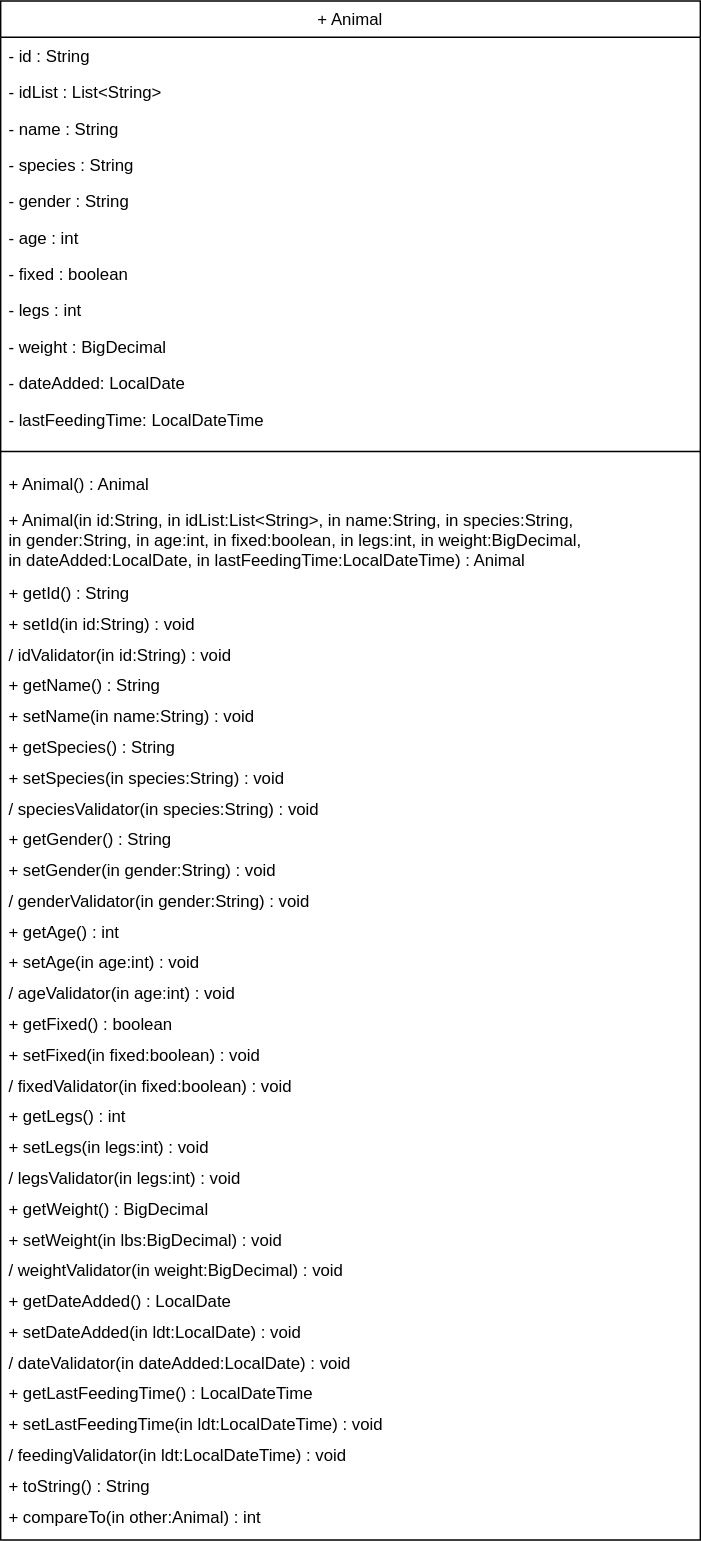
This is images/classDiagram-FinalProject01.svg from MelIsaa/KCC-Java2-Mon-Wed, a draw.io export, as it was before one commit. Source tidied: cells renumbered, new cells last; positions are measured from the earlier drawing's top-left corner, leaving out a move shared by most shapes.
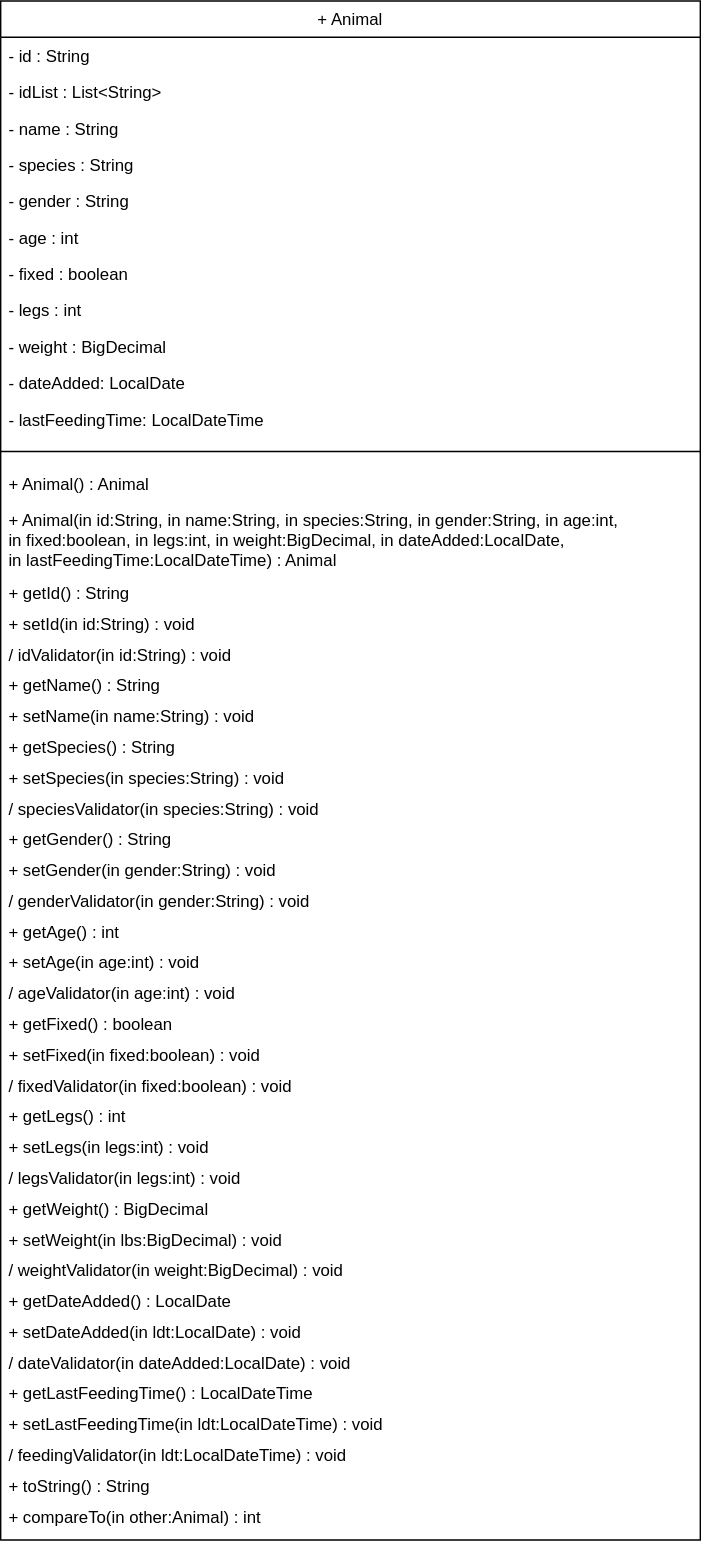
Above is the later version.

What changed in the source:
```diff
@@ -44,7 +44,7 @@
     <mxCell id="15" value="+ Animal() : Animal" style="text;align=left;verticalAlign=top;spacingLeft=4;spacingRight=4;overflow=hidden;" parent="2" vertex="1">
       <mxGeometry y="332" width="500" height="26" as="geometry" />
     </mxCell>
-    <mxCell id="16" value="+ Animal(in id:String, in idList:List&lt;String&gt;, in name:String, in species:String, &#10;in gender:String, in age:int, in fixed:boolean, in legs:int, in weight:BigDecimal, &#10;in dateAdded:LocalDate, in lastFeedingTime:LocalDateTime) : Animal" style="text;align=left;verticalAlign=top;spacingLeft=4;spacingRight=4;overflow=hidden;" parent="2" vertex="1">
+    <mxCell id="16" value="+ Animal(in id:String, in name:String, in species:String, in gender:String, in age:int, &#10;in fixed:boolean, in legs:int, in weight:BigDecimal, in dateAdded:LocalDate, &#10;in lastFeedingTime:LocalDateTime) : Animal" style="text;align=left;verticalAlign=top;spacingLeft=4;spacingRight=4;overflow=hidden;" parent="2" vertex="1">
       <mxGeometry y="358" width="500" height="52" as="geometry" />
     </mxCell>
     <mxCell id="17" value="+ getId() : String" style="text;align=left;verticalAlign=top;spacingLeft=4;spacingRight=4;overflow=hidden;" parent="2" vertex="1">
```
